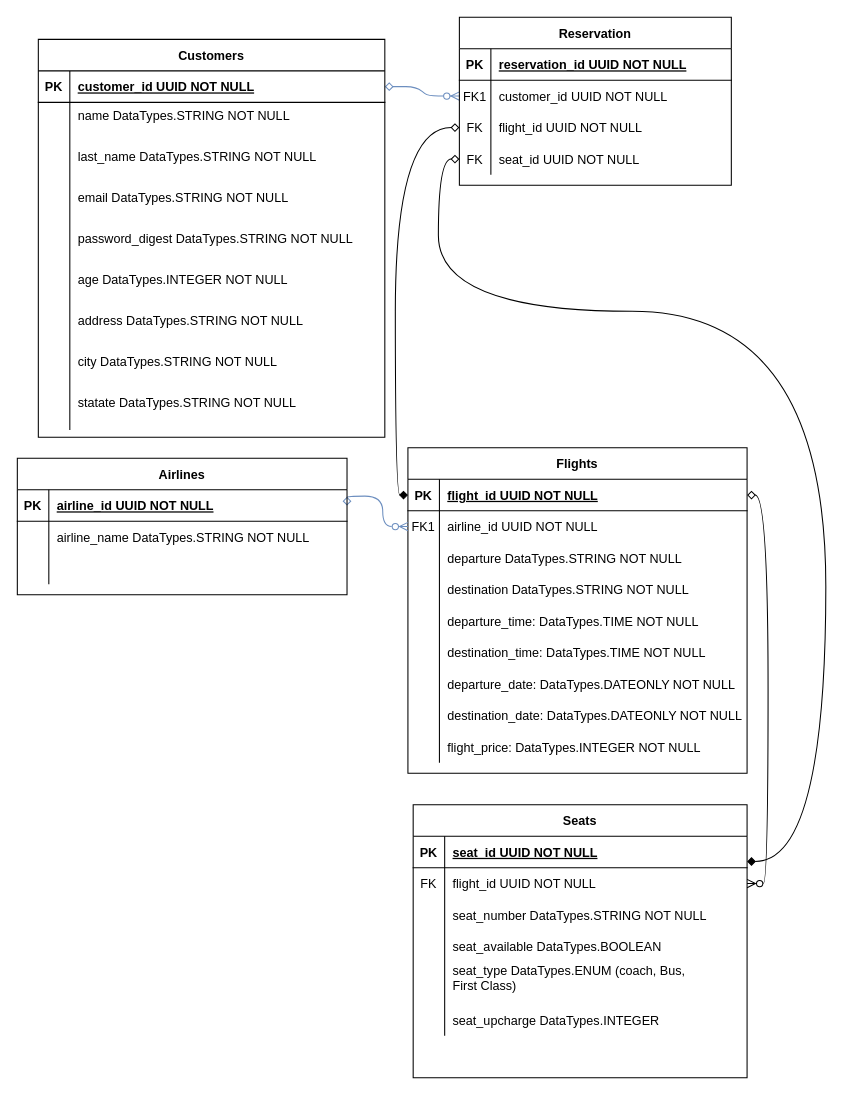
Earlier version of the draw.io diagram models/Untitled Diagram.drawio (MgARL/fly_away_server). Source tidied: cells renumbered, new cells numbered last; positions are measured from the earlier drawing's top-left corner, leaving out a move shared by most shapes. Both pictures are drawn from the tidied source at 105%, with x=0, y=0 at pixel (17, 17).
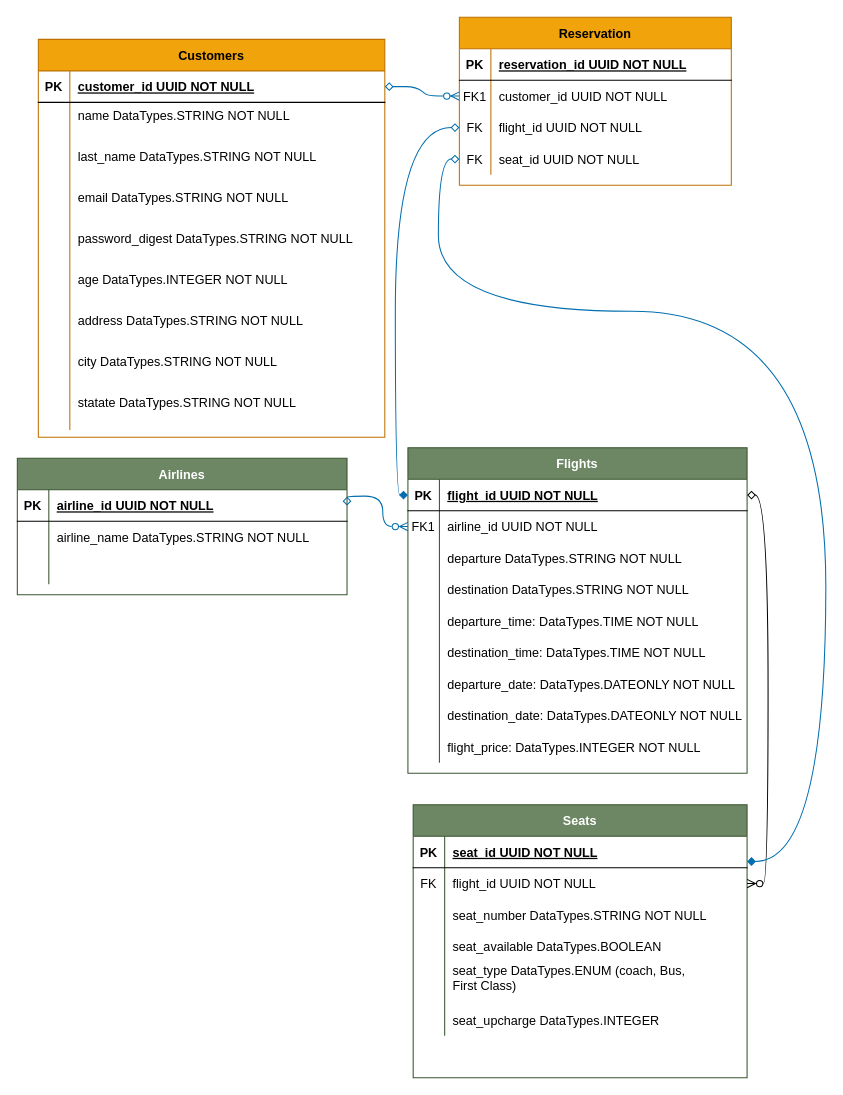
The same page after the edit.

The change refers to these unchanged cells:
```xml
<mxCell id="7" style="shape=partialRectangle;fillColor=none;points=[[0,0.5],[1,0.5]];portConstraint=eastwest;top=0;left=0;right=0;bottom=0;" parent="3" vertex="1">
  <mxGeometry y="60" width="259" height="30" as="geometry" />
</mxCell>
<mxCell id="10" style="shape=partialRectangle;fillColor=none;points=[[0,0.5],[1,0.5]];portConstraint=eastwest;top=0;left=0;right=0;bottom=0;" parent="3" vertex="1">
  <mxGeometry y="90" width="259" height="30" as="geometry" />
</mxCell>
<mxCell id="13" style="shape=partialRectangle;fillColor=none;points=[[0,0.5],[1,0.5]];portConstraint=eastwest;top=0;left=0;right=0;bottom=0;" parent="3" vertex="1">
  <mxGeometry y="120" width="259" height="30" as="geometry" />
</mxCell>
<mxCell id="17" style="shape=partialRectangle;fillColor=none;points=[[0,0.5],[1,0.5]];portConstraint=eastwest;top=0;left=0;right=0;bottom=1;" parent="16" vertex="1">
  <mxGeometry y="30" width="330" height="30" as="geometry" />
</mxCell>
<mxCell id="45" style="shape=partialRectangle;fillColor=none;points=[[0,0.5],[1,0.5]];portConstraint=eastwest;top=0;left=0;right=0;bottom=1;" parent="44" vertex="1">
  <mxGeometry y="30" width="323" height="30" as="geometry" />
</mxCell>
<mxCell id="48" style="shape=partialRectangle;fillColor=none;points=[[0,0.5],[1,0.5]];portConstraint=eastwest;top=0;left=0;right=0;bottom=0;" parent="44" vertex="1">
  <mxGeometry y="60" width="323" height="30" as="geometry" />
</mxCell>
<mxCell id="74" style="shape=partialRectangle;fillColor=none;points=[[0,0.5],[1,0.5]];portConstraint=eastwest;top=0;left=0;right=0;bottom=1;" parent="73" vertex="1">
  <mxGeometry y="30" width="314" height="30" as="geometry" />
</mxCell>
<mxCell id="84" style="shape=partialRectangle;fillColor=none;points=[[0,0.5],[1,0.5]];portConstraint=eastwest;top=0;left=0;right=0;bottom=1;" parent="83" vertex="1">
  <mxGeometry y="30" width="318" height="30" as="geometry" />
</mxCell>
```

Diff of the diagram source:
```diff
@@
-    <mxCell id="2" style="edgeStyle=entityRelationEdgeStyle;endArrow=ERzeroToMany;startArrow=diamond;endFill=1;startFill=0;fillColor=#dae8fc;strokeColor=#6c8ebf;" parent="1" edge="1" source="17" target="7">
+    <mxCell id="2" style="edgeStyle=entityRelationEdgeStyle;endArrow=ERzeroToMany;startArrow=diamond;endFill=1;startFill=0;fillColor=#1ba1e2;strokeColor=#006EAF;" parent="1" edge="1" source="17" target="7">
       <mxGeometry relative="1" as="geometry" />
     </mxCell>
-    <mxCell id="3" value="Reservation" style="shape=table;startSize=30;childLayout=tableLayout;rowLines=0;fontStyle=1;align=center;" parent="1" vertex="1">
+    <mxCell id="3" value="Reservation" style="shape=table;startSize=30;childLayout=tableLayout;rowLines=0;fontStyle=1;align=center;fillColor=#f0a30a;fontColor=#000000;strokeColor=#BD7000;" parent="1" vertex="1">
       <mxGeometry x="421" width="259" height="160" as="geometry" />
     </mxCell>
@@
-    <mxCell id="16" value="Customers" style="shape=table;startSize=30;childLayout=tableLayout;rowLines=0;fontStyle=1;align=center;" parent="1" vertex="1">
+    <mxCell id="16" value="Customers" style="shape=table;startSize=30;childLayout=tableLayout;rowLines=0;fontStyle=1;align=center;fillColor=#f0a30a;fontColor=#000000;strokeColor=#BD7000;" parent="1" vertex="1">
       <mxGeometry x="20" y="21" width="330" height="379" as="geometry" />
     </mxCell>
@@
-    <mxCell id="44" value="Flights" style="shape=table;startSize=30;childLayout=tableLayout;rowLines=0;fontStyle=1;align=center;" parent="1" vertex="1">
+    <mxCell id="44" value="Flights" style="shape=table;startSize=30;childLayout=tableLayout;rowLines=0;fontStyle=1;align=center;fillColor=#6d8764;fontColor=#ffffff;strokeColor=#3A5431;" parent="1" vertex="1">
       <mxGeometry x="372" y="410" width="323" height="310" as="geometry" />
     </mxCell>
@@
-    <mxCell id="72" style="edgeStyle=orthogonalEdgeStyle;jettySize=auto;html=1;exitX=1;exitY=0.5;exitDx=0;exitDy=0;curved=1;sketch=0;shadow=0;fillColor=#dae8fc;strokeColor=#6c8ebf;&#10;endArrow=ERzeroToMany;endArrow=ERzeroToMany;endFill=0;startArrow=diamond;startFill=0;" parent="1" edge="1" source="74" target="48">
+    <mxCell id="72" style="edgeStyle=orthogonalEdgeStyle;jettySize=auto;html=1;exitX=1;exitY=0.5;exitDx=0;exitDy=0;curved=1;sketch=0;shadow=0;fillColor=#1ba1e2;strokeColor=#006EAF;&#10;endArrow=ERzeroToMany;endArrow=ERzeroToMany;endFill=0;startArrow=diamond;startFill=0;" parent="1" edge="1" source="74" target="48">
       <mxGeometry relative="1" as="geometry">
         <Array as="points">
           <mxPoint x="348" y="456" />
           <mxPoint x="348" y="485" />
         </Array>
       </mxGeometry>
     </mxCell>
-    <mxCell id="73" value="Airlines" style="shape=table;startSize=30;childLayout=tableLayout;rowLines=0;fontStyle=1;align=center;" parent="1" vertex="1">
+    <mxCell id="73" value="Airlines" style="shape=table;startSize=30;childLayout=tableLayout;rowLines=0;fontStyle=1;align=center;fillColor=#6d8764;fontColor=#ffffff;strokeColor=#3A5431;" parent="1" vertex="1">
       <mxGeometry y="420" width="314" height="130" as="geometry" />
     </mxCell>
@@
-    <mxCell id="83" value="Seats" style="shape=table;startSize=30;childLayout=tableLayout;rowLines=0;fontStyle=1;align=center;" parent="1" vertex="1">
+    <mxCell id="83" value="Seats" style="shape=table;startSize=30;childLayout=tableLayout;rowLines=0;fontStyle=1;align=center;fillColor=#6d8764;fontColor=#ffffff;strokeColor=#3A5431;" parent="1" vertex="1">
       <mxGeometry x="377" y="750" width="318" height="260" as="geometry" />
     </mxCell>
@@
-    <mxCell id="103" style="edgeStyle=orthogonalEdgeStyle;curved=1;sketch=0;jettySize=auto;html=1;entryX=0;entryY=0.5;entryDx=0;entryDy=0;shadow=0;startArrow=diamond;startFill=0;endArrow=diamond;endFill=1;" parent="1" edge="1" source="10" target="45">
+    <mxCell id="103" style="edgeStyle=orthogonalEdgeStyle;curved=1;sketch=0;jettySize=auto;html=1;entryX=0;entryY=0.5;entryDx=0;entryDy=0;shadow=0;startArrow=diamond;startFill=0;endArrow=diamond;endFill=1;fillColor=#1ba1e2;strokeColor=#006EAF;" parent="1" edge="1" source="10" target="45">
       <mxGeometry relative="1" as="geometry">
         <Array as="points">
           <mxPoint x="360" y="105" />
           <mxPoint x="360" y="455" />
         </Array>
       </mxGeometry>
     </mxCell>
-    <mxCell id="104" style="edgeStyle=orthogonalEdgeStyle;curved=1;sketch=0;jettySize=auto;html=1;exitX=0;exitY=0.5;exitDx=0;exitDy=0;entryX=1;entryY=0.8;entryDx=0;entryDy=0;entryPerimeter=0;shadow=0;startArrow=diamond;startFill=0;endArrow=diamond;endFill=1;" parent="1" edge="1" source="13" target="84">
+    <mxCell id="104" style="edgeStyle=orthogonalEdgeStyle;curved=1;sketch=0;jettySize=auto;html=1;exitX=0;exitY=0.5;exitDx=0;exitDy=0;entryX=1;entryY=0.8;entryDx=0;entryDy=0;entryPerimeter=0;shadow=0;startArrow=diamond;startFill=0;endArrow=diamond;endFill=1;fillColor=#1ba1e2;strokeColor=#006EAF;" parent="1" edge="1" source="13" target="84">
       <mxGeometry relative="1" as="geometry">
         <Array as="points">
           <mxPoint x="401" y="135" />
           <mxPoint x="401" y="280" />
           <mxPoint x="770" y="280" />
           <mxPoint x="770" y="804" />
         </Array>
       </mxGeometry>
     </mxCell>
```
